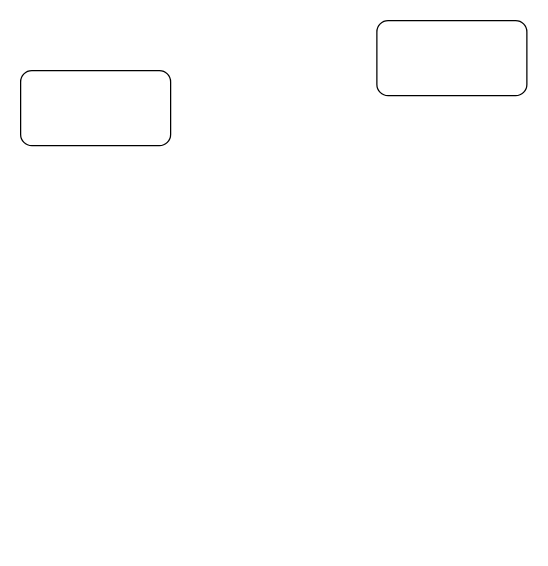
Above: Untitled Diagram.drawio in CallumCarmicheal/DrawIO-Github-Test (draw.io), before the change. Source tidied: cells renumbered, new cells numbered last; positions are measured from the earlier drawing's top-left corner, leaving out a move shared by most shapes. Both pictures are drawn from the tidied source at 125%, with x=0, y=0 at pixel (20, 20).
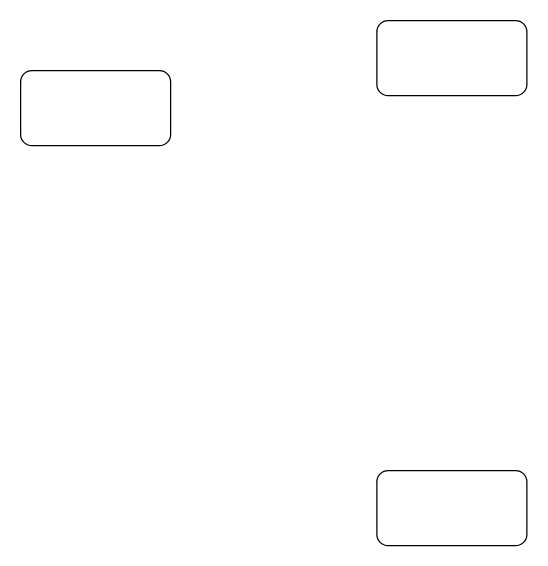
After the change.

What changed in the source:
```diff
@@
 <mxGraphModel>
   <root>
     <mxCell id="0" />
     <mxCell id="1" parent="0" />
     <mxCell id="2" style="rounded=1;whiteSpace=wrap;html=1;" parent="1" vertex="1">
       <mxGeometry y="40" width="120" height="60" as="geometry" />
     </mxCell>
     <mxCell id="3" style="rounded=1;whiteSpace=wrap;html=1;" parent="1" vertex="1">
       <mxGeometry x="285" width="120" height="60" as="geometry" />
     </mxCell>
+    <mxCell id="4" style="rounded=1;whiteSpace=wrap;html=1;" parent="1" vertex="1">
+      <mxGeometry x="285" y="360" width="120" height="60" as="geometry" />
+    </mxCell>
   </root>
 </mxGraphModel>
```
